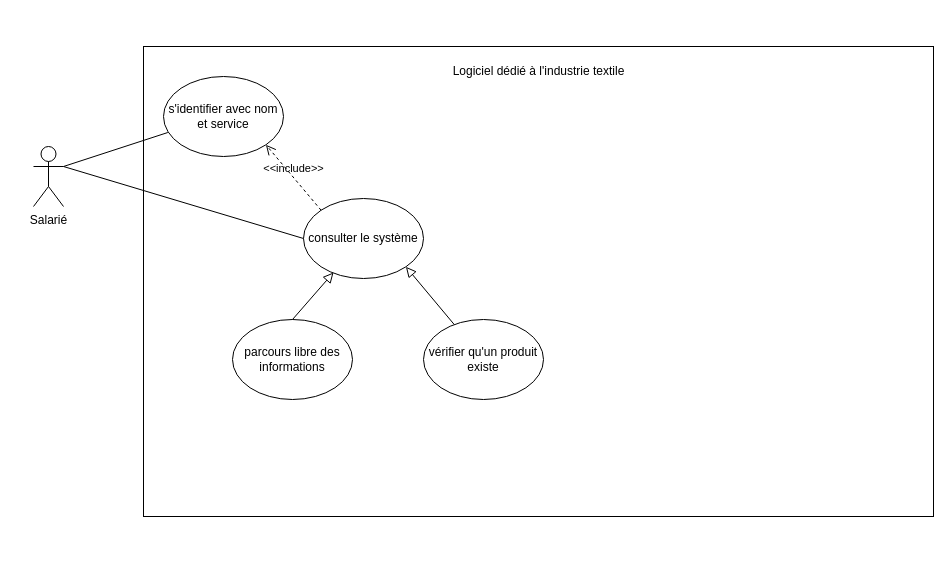
Above: logiciel-industrie.drawio in clairenollet/uml-and-rup (draw.io), before the change. Source tidied: cells renumbered, new cells numbered last; positions are measured from the earlier drawing's top-left corner, leaving out a move shared by most shapes. Both pictures are drawn from the tidied source at 100%, with x=0, y=0 at pixel (33, 46).
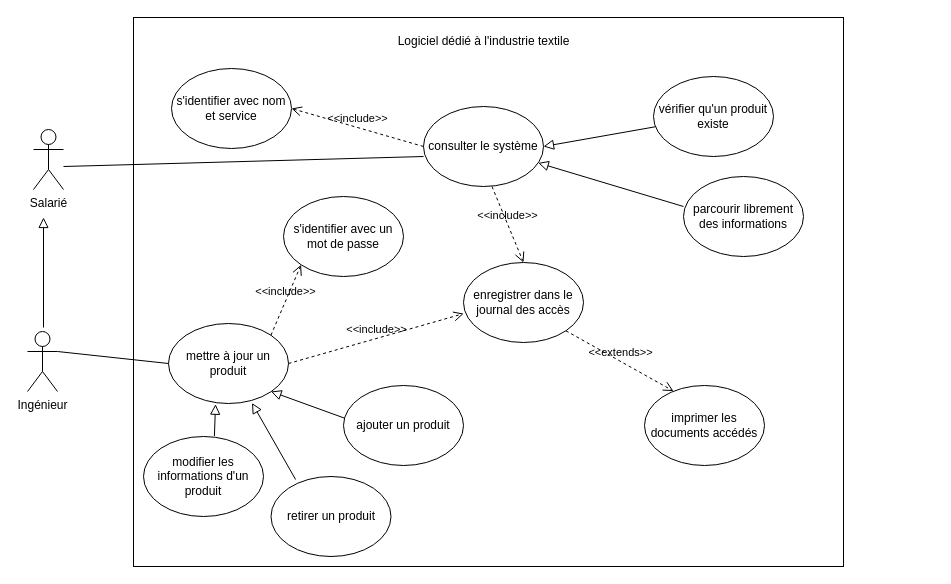
The same diagram, later.

Change to the diagram source:
```diff
@@
     <mxCell id="2" style="rounded=0;whiteSpace=wrap;html=1;" parent="1" vertex="1">
-      <mxGeometry x="110" width="790" height="470" as="geometry" />
+      <mxGeometry x="100" y="-29" width="710" height="549" as="geometry" />
     </mxCell>
     <mxCell id="3" value="Logiciel dédié à l'industrie textile" style="text;html=1;strokeColor=none;fillColor=none;align=center;verticalAlign=middle;whiteSpace=wrap;rounded=0;" parent="1" vertex="1">
-      <mxGeometry x="412.5" y="10" width="185" height="30" as="geometry" />
+      <mxGeometry x="357.5" y="-20" width="185" height="30" as="geometry" />
     </mxCell>
     <mxCell id="4" value="Salarié" style="shape=umlActor;verticalLabelPosition=bottom;verticalAlign=top;html=1;" parent="1" vertex="1">
-      <mxGeometry y="100" width="30" height="60" as="geometry" />
+      <mxGeometry y="83" width="30" height="60" as="geometry" />
     </mxCell>
     <mxCell id="5" value="consulter le système" style="ellipse;whiteSpace=wrap;html=1;" parent="1" vertex="1">
-      <mxGeometry x="270" y="152" width="120" height="80" as="geometry" />
+      <mxGeometry x="390" y="60" width="120" height="80" as="geometry" />
     </mxCell>
     <mxCell id="6" value="vérifier qu'un produit existe" style="ellipse;whiteSpace=wrap;html=1;" parent="1" vertex="1">
-      <mxGeometry x="390" y="273" width="120" height="80" as="geometry" />
+      <mxGeometry x="620" y="30" width="120" height="80" as="geometry" />
     </mxCell>
-    <mxCell id="7" value="parcours libre des informations" style="ellipse;whiteSpace=wrap;html=1;" parent="1" vertex="1">
-      <mxGeometry x="199" y="273" width="120" height="80" as="geometry" />
+    <mxCell id="7" value="parcourir librement des informations" style="ellipse;whiteSpace=wrap;html=1;" parent="1" vertex="1">
+      <mxGeometry x="650" y="130" width="120" height="80" as="geometry" />
     </mxCell>
     <mxCell id="8" value="s'identifier avec nom et service" style="ellipse;whiteSpace=wrap;html=1;" parent="1" vertex="1">
-      <mxGeometry x="130" y="30" width="120" height="80" as="geometry" />
+      <mxGeometry x="138" y="22" width="120" height="80" as="geometry" />
     </mxCell>
-    <mxCell id="9" value="&amp;lt;&amp;lt;include&amp;gt;&amp;gt;" style="endArrow=open;startArrow=none;endFill=0;startFill=0;endSize=8;html=1;verticalAlign=bottom;dashed=1;labelBackgroundColor=none;rounded=0;entryX=1;entryY=1;entryDx=0;entryDy=0;exitX=0;exitY=0;exitDx=0;exitDy=0;" parent="1" edge="1" source="5" target="8">
+    <mxCell id="9" value="&amp;lt;&amp;lt;include&amp;gt;&amp;gt;" style="endArrow=open;startArrow=none;endFill=0;startFill=0;endSize=8;html=1;verticalAlign=bottom;dashed=1;labelBackgroundColor=none;rounded=0;entryX=1;entryY=0.5;entryDx=0;entryDy=0;exitX=0;exitY=0.5;exitDx=0;exitDy=0;" parent="1" edge="1" source="5" target="8">
       <mxGeometry relative="1" as="geometry" />
     </mxCell>
-    <mxCell id="10" style="endArrow=none;startArrow=none;endFill=0;startFill=0;endSize=8;html=1;verticalAlign=bottom;labelBackgroundColor=none;strokeWidth=1;rounded=0;entryX=0;entryY=0.5;entryDx=0;entryDy=0;" parent="1" edge="1" target="5">
+    <mxCell id="10" style="endArrow=none;startArrow=none;endFill=0;startFill=0;endSize=8;html=1;verticalAlign=bottom;labelBackgroundColor=none;strokeWidth=1;rounded=0;" parent="1" edge="1">
       <mxGeometry relative="1" as="geometry">
         <mxPoint x="30" y="120" as="sourcePoint" />
+        <mxPoint x="390" y="110" as="targetPoint" />
       </mxGeometry>
     </mxCell>
-    <mxCell id="11" style="endArrow=none;startArrow=none;endFill=0;startFill=0;endSize=8;html=1;verticalAlign=bottom;labelBackgroundColor=none;strokeWidth=1;rounded=0;entryX=0.036;entryY=0.7;entryDx=0;entryDy=0;entryPerimeter=0;" parent="1" edge="1" target="8">
-      <mxGeometry relative="1" as="geometry">
-        <mxPoint x="30" y="120" as="sourcePoint" />
-      </mxGeometry>
-    </mxCell>
-    <mxCell id="12" style="endArrow=block;startArrow=none;endFill=0;startFill=0;endSize=8;html=1;verticalAlign=bottom;labelBackgroundColor=none;strokeWidth=1;rounded=0;entryX=0.25;entryY=0.925;entryDx=0;entryDy=0;entryPerimeter=0;exitX=0.5;exitY=0;exitDx=0;exitDy=0;" parent="1" edge="1" source="7" target="5">
-      <mxGeometry relative="1" as="geometry" />
+    <mxCell id="12" style="endArrow=block;startArrow=none;endFill=0;startFill=0;endSize=8;html=1;verticalAlign=bottom;labelBackgroundColor=none;strokeWidth=1;rounded=0;" parent="1" edge="1" target="5">
+      <mxGeometry relative="1" as="geometry">
+        <mxPoint x="650" y="160" as="sourcePoint" />
+      </mxGeometry>
     </mxCell>
-    <mxCell id="13" style="endArrow=block;startArrow=none;endFill=0;startFill=0;endSize=8;html=1;verticalAlign=bottom;labelBackgroundColor=none;strokeWidth=1;rounded=0;entryX=1;entryY=1;entryDx=0;entryDy=0;" parent="1" edge="1" source="6" target="5">
+    <mxCell id="13" style="endArrow=block;startArrow=none;endFill=0;startFill=0;endSize=8;html=1;verticalAlign=bottom;labelBackgroundColor=none;strokeWidth=1;rounded=0;entryX=1;entryY=0.5;entryDx=0;entryDy=0;" parent="1" edge="1" source="6" target="5">
       <mxGeometry relative="1" as="geometry" />
     </mxCell>
+    <mxCell id="14" value="Ingénieur" style="shape=umlActor;verticalLabelPosition=bottom;verticalAlign=top;html=1;" parent="1" vertex="1">
+      <mxGeometry x="-6" y="285" width="30" height="60" as="geometry" />
+    </mxCell>
+    <mxCell id="15" style="endArrow=block;startArrow=none;endFill=0;startFill=0;endSize=8;html=1;verticalAlign=bottom;labelBackgroundColor=none;strokeWidth=1;rounded=0;" parent="1" edge="1">
+      <mxGeometry relative="1" as="geometry">
+        <mxPoint x="10" y="281" as="sourcePoint" />
+        <mxPoint x="10" y="171" as="targetPoint" />
+      </mxGeometry>
+    </mxCell>
+    <mxCell id="16" value="s'identifier avec un mot de passe" style="ellipse;whiteSpace=wrap;html=1;" parent="1" vertex="1">
+      <mxGeometry x="250" y="150" width="120" height="80" as="geometry" />
+    </mxCell>
+    <mxCell id="17" value="mettre à jour un produit" style="ellipse;whiteSpace=wrap;html=1;" parent="1" vertex="1">
+      <mxGeometry x="135" y="277" width="120" height="80" as="geometry" />
+    </mxCell>
+    <mxCell id="18" style="endArrow=none;startArrow=none;endFill=0;startFill=0;endSize=8;html=1;verticalAlign=bottom;labelBackgroundColor=none;strokeWidth=1;rounded=0;entryX=0;entryY=0.5;entryDx=0;entryDy=0;exitX=1;exitY=0.3333333333333333;exitDx=0;exitDy=0;exitPerimeter=0;" parent="1" edge="1" source="14" target="17">
+      <mxGeometry relative="1" as="geometry" />
+    </mxCell>
+    <mxCell id="19" value="&amp;lt;&amp;lt;include&amp;gt;&amp;gt;" style="endArrow=open;startArrow=none;endFill=0;startFill=0;endSize=8;html=1;verticalAlign=bottom;dashed=1;labelBackgroundColor=none;rounded=0;entryX=0;entryY=1;entryDx=0;entryDy=0;exitX=1;exitY=0;exitDx=0;exitDy=0;" parent="1" edge="1" source="17" target="16">
+      <mxGeometry relative="1" as="geometry" />
+    </mxCell>
+    <mxCell id="20" value="enregistrer dans le journal des accès" style="ellipse;whiteSpace=wrap;html=1;" parent="1" vertex="1">
+      <mxGeometry x="430" y="216" width="120" height="80" as="geometry" />
+    </mxCell>
+    <mxCell id="21" value="imprimer les documents accédés" style="ellipse;whiteSpace=wrap;html=1;" parent="1" vertex="1">
+      <mxGeometry x="611" y="339" width="120" height="80" as="geometry" />
+    </mxCell>
+    <mxCell id="22" value="&amp;lt;&amp;lt;extends&amp;gt;&amp;gt;" style="endArrow=open;startArrow=none;endFill=0;startFill=0;endSize=8;html=1;verticalAlign=bottom;dashed=1;labelBackgroundColor=none;rounded=0;entryX=0.242;entryY=0.07;entryDx=0;entryDy=0;exitX=1;exitY=1;exitDx=0;exitDy=0;entryPerimeter=0;" parent="1" edge="1" source="20" target="21">
+      <mxGeometry relative="1" as="geometry" />
+    </mxCell>
+    <mxCell id="23" value="&amp;lt;&amp;lt;include&amp;gt;&amp;gt;" style="endArrow=open;startArrow=none;endFill=0;startFill=0;endSize=8;html=1;verticalAlign=bottom;dashed=1;labelBackgroundColor=none;rounded=0;entryX=0.5;entryY=0;entryDx=0;entryDy=0;exitX=0.571;exitY=1.001;exitDx=0;exitDy=0;exitPerimeter=0;" parent="1" edge="1" source="5" target="20">
+      <mxGeometry relative="1" as="geometry" />
+    </mxCell>
+    <mxCell id="24" value="&amp;lt;&amp;lt;include&amp;gt;&amp;gt;" style="endArrow=open;startArrow=none;endFill=0;startFill=0;endSize=8;html=1;verticalAlign=bottom;dashed=1;labelBackgroundColor=none;rounded=0;entryX=0.002;entryY=0.639;entryDx=0;entryDy=0;exitX=1;exitY=0.5;exitDx=0;exitDy=0;entryPerimeter=0;" parent="1" edge="1" source="17" target="20">
+      <mxGeometry relative="1" as="geometry" />
+    </mxCell>
+    <mxCell id="25" value="ajouter un produit" style="ellipse;whiteSpace=wrap;html=1;" parent="1" vertex="1">
+      <mxGeometry x="310" y="339" width="120" height="80" as="geometry" />
+    </mxCell>
+    <mxCell id="26" value="retirer un produit" style="ellipse;whiteSpace=wrap;html=1;" parent="1" vertex="1">
+      <mxGeometry x="237.5" y="430" width="120" height="80" as="geometry" />
+    </mxCell>
+    <mxCell id="27" value="modifier les informations d'un produit" style="ellipse;whiteSpace=wrap;html=1;" parent="1" vertex="1">
+      <mxGeometry x="110" y="390" width="120" height="80" as="geometry" />
+    </mxCell>
+    <mxCell id="28" style="endArrow=block;startArrow=none;endFill=0;startFill=0;endSize=8;html=1;verticalAlign=bottom;labelBackgroundColor=none;strokeWidth=1;rounded=0;entryX=1;entryY=0.5;entryDx=0;entryDy=0;exitX=0.012;exitY=0.41;exitDx=0;exitDy=0;exitPerimeter=0;" parent="1" edge="1" source="25">
+      <mxGeometry relative="1" as="geometry">
+        <mxPoint x="237.5" y="345" as="targetPoint" />
+      </mxGeometry>
+    </mxCell>
+    <mxCell id="29" style="endArrow=block;startArrow=none;endFill=0;startFill=0;endSize=8;html=1;verticalAlign=bottom;labelBackgroundColor=none;strokeWidth=1;rounded=0;entryX=0.696;entryY=0.994;entryDx=0;entryDy=0;exitX=0.205;exitY=0.038;exitDx=0;exitDy=0;exitPerimeter=0;entryPerimeter=0;" parent="1" edge="1" source="26" target="17">
+      <mxGeometry relative="1" as="geometry" />
+    </mxCell>
+    <mxCell id="30" style="endArrow=block;startArrow=none;endFill=0;startFill=0;endSize=8;html=1;verticalAlign=bottom;labelBackgroundColor=none;strokeWidth=1;rounded=0;entryX=0.392;entryY=1.009;entryDx=0;entryDy=0;exitX=0.591;exitY=-0.007;exitDx=0;exitDy=0;exitPerimeter=0;entryPerimeter=0;" parent="1" edge="1" source="27" target="17">
+      <mxGeometry relative="1" as="geometry" />
+    </mxCell>
```
